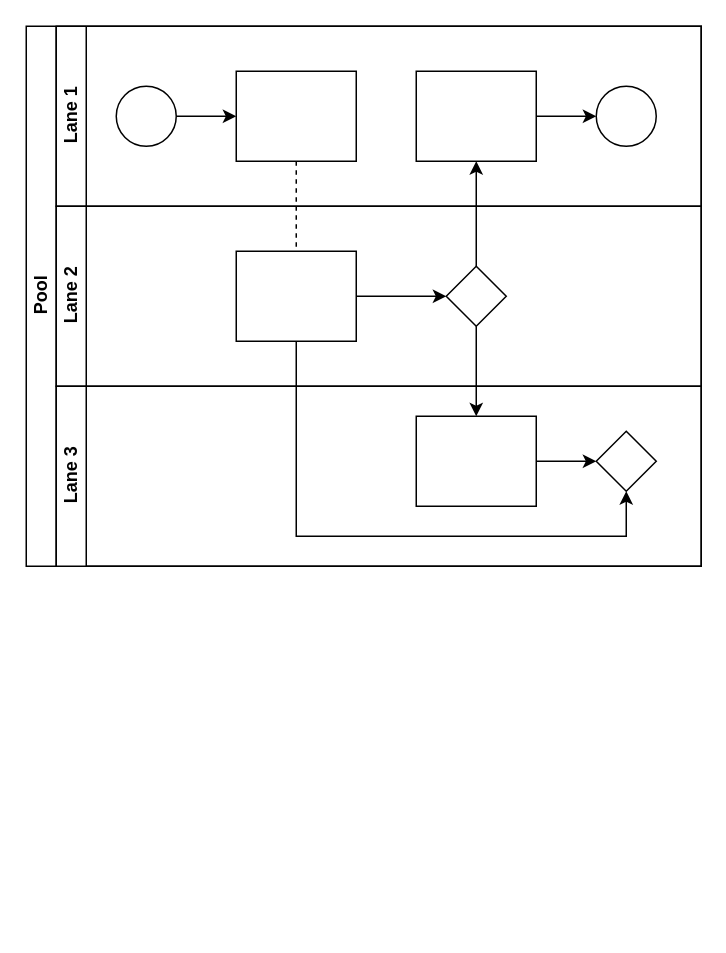
secret-dev87/smart-contract-wallet-4337 keeps this draw.io diagram as dev-docs/4337-product-architecture.drawio. Above is the earlier version. Source tidied: cells renumbered, new cells numbered last; positions are measured from the earlier drawing's top-left corner, leaving out a move shared by most shapes. Both pictures are drawn from the tidied source at 150%, with x=0, y=0 at pixel (26, 26).
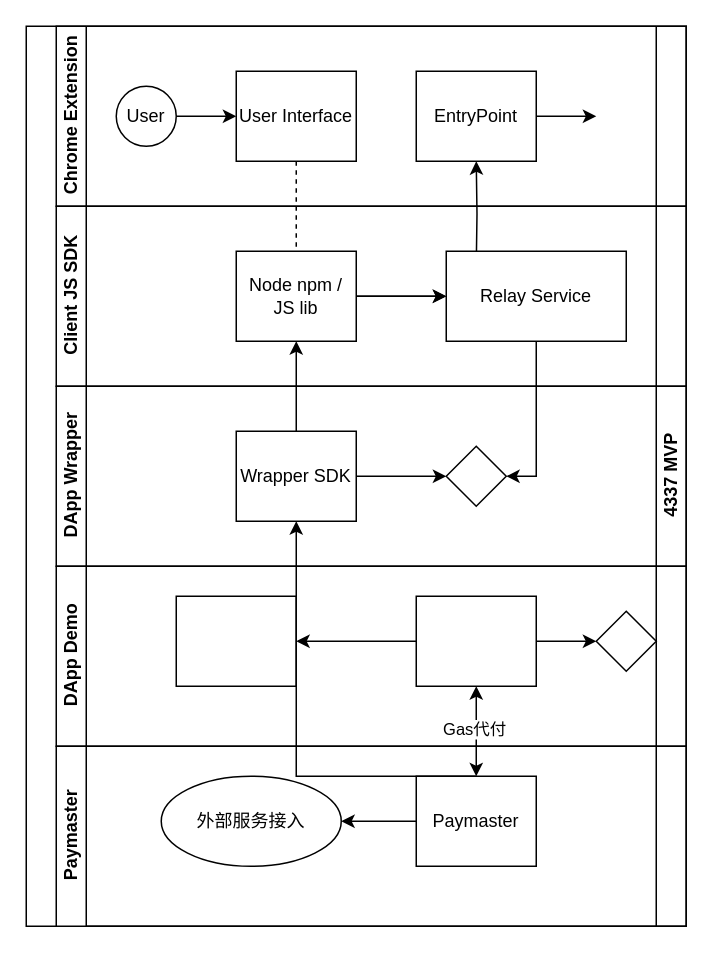
The same diagram, later.

The change refers to these unchanged cells:
```xml
<mxCell id="20" style="rounded=0;whiteSpace=wrap;html=1;fontFamily=Helvetica;fontSize=12;fontColor=#000000;align=center;" parent="18" vertex="1">
  <mxGeometry x="240" y="20" width="80" height="60" as="geometry" />
</mxCell>
<mxCell id="21" style="rhombus;whiteSpace=wrap;html=1;fontFamily=Helvetica;fontSize=12;fontColor=#000000;align=center;" parent="18" vertex="1">
  <mxGeometry x="360" y="30" width="40" height="40" as="geometry" />
</mxCell>
```

What changed in the source:
```diff
@@
-    <mxCell id="2" value="Pool" style="swimlane;html=1;horizontal=0;startSize=20;" parent="1" vertex="1">
-      <mxGeometry width="450" height="360" as="geometry" />
+    <mxCell id="2" value="4337 MVP" style="swimlane;html=1;horizontal=0;startSize=20;direction=west;" parent="1" vertex="1">
+      <mxGeometry width="440" height="600" as="geometry" />
     </mxCell>
@@
-    <mxCell id="4" style="edgeStyle=orthogonalEdgeStyle;rounded=0;jettySize=auto;html=1;endArrow=classic;endFill=1;" parent="2" edge="1" source="17" target="12">
-      <mxGeometry relative="1" as="geometry" />
+    <mxCell id="4" style="edgeStyle=orthogonalEdgeStyle;rounded=0;jettySize=auto;html=1;endArrow=classic;endFill=1;" parent="2" edge="1" target="12">
+      <mxGeometry relative="1" as="geometry">
+        <mxPoint x="300" y="160" as="sourcePoint" />
+      </mxGeometry>
     </mxCell>
-    <mxCell id="5" style="edgeStyle=orthogonalEdgeStyle;rounded=0;jettySize=auto;html=1;endArrow=classic;endFill=1;" parent="2" edge="1" source="17" target="20">
-      <mxGeometry relative="1" as="geometry" />
-    </mxCell>
-    <mxCell id="6" style="edgeStyle=orthogonalEdgeStyle;rounded=0;jettySize=auto;html=1;endArrow=classic;endFill=1;" parent="2" edge="1" source="16" target="21">
-      <mxGeometry relative="1" as="geometry">
-        <Array as="points">
-          <mxPoint x="180" y="340" />
-          <mxPoint x="400" y="340" />
-        </Array>
-      </mxGeometry>
-    </mxCell>
-    <mxCell id="7" value="Lane 1" style="swimlane;html=1;startSize=20;horizontal=0;" parent="2" vertex="1">
-      <mxGeometry x="20" width="430" height="120" as="geometry" />
+    <mxCell id="7" value="Chrome Extension" style="swimlane;html=1;startSize=20;horizontal=0;" parent="2" vertex="1">
+      <mxGeometry x="20" width="420" height="120" as="geometry" />
     </mxCell>
@@
-    <mxCell id="9" style="ellipse;whiteSpace=wrap;html=1;" parent="7" vertex="1">
+    <mxCell id="9" value="User" style="ellipse;whiteSpace=wrap;html=1;" parent="7" vertex="1">
       <mxGeometry x="40" y="40" width="40" height="40" as="geometry" />
     </mxCell>
-    <mxCell id="10" style="rounded=0;whiteSpace=wrap;html=1;fontFamily=Helvetica;fontSize=12;fontColor=#000000;align=center;" parent="7" vertex="1">
+    <mxCell id="10" value="User Interface" style="rounded=0;whiteSpace=wrap;html=1;fontFamily=Helvetica;fontSize=12;fontColor=#000000;align=center;" parent="7" vertex="1">
       <mxGeometry x="120" y="30" width="80" height="60" as="geometry" />
     </mxCell>
-    <mxCell id="11" style="edgeStyle=orthogonalEdgeStyle;rounded=0;jettySize=auto;html=1;endArrow=classic;endFill=1;" parent="7" edge="1" source="12" target="13">
-      <mxGeometry relative="1" as="geometry" />
+    <mxCell id="11" style="edgeStyle=orthogonalEdgeStyle;rounded=0;jettySize=auto;html=1;endArrow=classic;endFill=1;" parent="7" edge="1" source="12">
+      <mxGeometry relative="1" as="geometry">
+        <mxPoint x="360" y="60" as="targetPoint" />
+      </mxGeometry>
     </mxCell>
-    <mxCell id="12" style="rounded=0;whiteSpace=wrap;html=1;fontFamily=Helvetica;fontSize=12;fontColor=#000000;align=center;" parent="7" vertex="1">
+    <mxCell id="12" value="EntryPoint" style="rounded=0;whiteSpace=wrap;html=1;fontFamily=Helvetica;fontSize=12;fontColor=#000000;align=center;" parent="7" vertex="1">
       <mxGeometry x="240" y="30" width="80" height="60" as="geometry" />
     </mxCell>
-    <mxCell id="13" style="ellipse;whiteSpace=wrap;html=1;" parent="7" vertex="1">
-      <mxGeometry x="360" y="40" width="40" height="40" as="geometry" />
-    </mxCell>
-    <mxCell id="14" value="Lane 2" style="swimlane;html=1;startSize=20;horizontal=0;" parent="2" vertex="1">
-      <mxGeometry x="20" y="120" width="430" height="120" as="geometry" />
+    <mxCell id="14" value="Client JS SDK" style="swimlane;html=1;startSize=20;horizontal=0;" parent="2" vertex="1">
+      <mxGeometry x="20" y="120" width="420" height="120" as="geometry" />
     </mxCell>
-    <mxCell id="15" style="edgeStyle=orthogonalEdgeStyle;rounded=0;jettySize=auto;html=1;endArrow=classic;endFill=1;" parent="14" edge="1" source="16" target="17">
-      <mxGeometry relative="1" as="geometry" />
+    <mxCell id="15" style="edgeStyle=orthogonalEdgeStyle;rounded=0;jettySize=auto;html=1;endArrow=classic;endFill=1;" parent="14" edge="1" source="16">
+      <mxGeometry relative="1" as="geometry">
+        <mxPoint x="260" y="60" as="targetPoint" />
+      </mxGeometry>
     </mxCell>
-    <mxCell id="16" style="rounded=0;whiteSpace=wrap;html=1;fontFamily=Helvetica;fontSize=12;fontColor=#000000;align=center;" parent="14" vertex="1">
+    <mxCell id="16" value="Node npm /&lt;br&gt;JS lib" style="rounded=0;whiteSpace=wrap;html=1;fontFamily=Helvetica;fontSize=12;fontColor=#000000;align=center;" parent="14" vertex="1">
       <mxGeometry x="120" y="30" width="80" height="60" as="geometry" />
     </mxCell>
+    <mxCell id="22" value="DApp Wrapper" style="swimlane;html=1;startSize=20;horizontal=0;" parent="2" vertex="1">
+      <mxGeometry x="20" y="240" width="420" height="120" as="geometry" />
+    </mxCell>
+    <mxCell id="23" style="edgeStyle=orthogonalEdgeStyle;rounded=0;jettySize=auto;html=1;endArrow=classic;endFill=1;" parent="22" edge="1" source="24" target="17">
+      <mxGeometry relative="1" as="geometry" />
+    </mxCell>
+    <mxCell id="24" value="Wrapper SDK" style="rounded=0;whiteSpace=wrap;html=1;fontFamily=Helvetica;fontSize=12;fontColor=#000000;align=center;" parent="22" vertex="1">
+      <mxGeometry x="120" y="30" width="80" height="60" as="geometry" />
+    </mxCell>
-    <mxCell id="17" style="rhombus;whiteSpace=wrap;html=1;fontFamily=Helvetica;fontSize=12;fontColor=#000000;align=center;" parent="14" vertex="1">
+    <mxCell id="17" style="rhombus;whiteSpace=wrap;html=1;fontFamily=Helvetica;fontSize=12;fontColor=#000000;align=center;" parent="22" vertex="1">
       <mxGeometry x="260" y="40" width="40" height="40" as="geometry" />
     </mxCell>
-    <mxCell id="18" value="Lane 3" style="swimlane;html=1;startSize=20;horizontal=0;" parent="2" vertex="1">
-      <mxGeometry x="20" y="240" width="430" height="120" as="geometry" />
+    <mxCell id="18" value="DApp Demo" style="swimlane;html=1;startSize=20;horizontal=0;" parent="2" vertex="1">
+      <mxGeometry x="20" y="360" width="420" height="120" as="geometry" />
     </mxCell>
@@
+    <mxCell id="25" style="edgeStyle=orthogonalEdgeStyle;rounded=0;jettySize=auto;html=1;" parent="18" edge="1" source="20" target="26">
+      <mxGeometry relative="1" as="geometry" />
+    </mxCell>
@@
+    <mxCell id="26" style="rounded=0;whiteSpace=wrap;html=1;fontFamily=Helvetica;fontSize=12;fontColor=#000000;align=center;" parent="18" vertex="1">
+      <mxGeometry x="80" y="20" width="80" height="60" as="geometry" />
+    </mxCell>
+    <mxCell id="27" value="Paymaster" style="swimlane;html=1;startSize=20;horizontal=0;" parent="2" vertex="1">
+      <mxGeometry x="20" y="480" width="420" height="120" as="geometry" />
+    </mxCell>
+    <mxCell id="28" value="Paymaster" style="rounded=0;whiteSpace=wrap;html=1;fontFamily=Helvetica;fontSize=12;fontColor=#000000;align=center;" parent="27" vertex="1">
+      <mxGeometry x="240" y="20" width="80" height="60" as="geometry" />
+    </mxCell>
+    <mxCell id="29" value="外部服务接入" style="ellipse;whiteSpace=wrap;html=1;fontColor=#000000;rounded=0;" parent="27" vertex="1">
+      <mxGeometry x="70" y="20" width="120" height="60" as="geometry" />
+    </mxCell>
+    <mxCell id="30" style="edgeStyle=orthogonalEdgeStyle;rounded=0;jettySize=auto;html=1;" parent="27" edge="1" source="28" target="29">
+      <mxGeometry relative="1" as="geometry" />
+    </mxCell>
+    <mxCell id="31" style="endArrow=classic;startArrow=classic;html=1;rounded=0;entryX=0.5;entryY=1;entryDx=0;entryDy=0;" parent="27" edge="1" target="20">
+      <mxGeometry relative="1" as="geometry">
+        <mxPoint x="280" y="20" as="sourcePoint" />
+      </mxGeometry>
+    </mxCell>
+    <mxCell id="32" value="Gas代付" style="edgeLabel;html=1;align=center;verticalAlign=middle;" parent="31" vertex="1">
+      <mxGeometry x="0.07" y="2" relative="1" as="geometry" />
+    </mxCell>
+    <mxCell id="33" style="edgeStyle=orthogonalEdgeStyle;rounded=0;jettySize=auto;html=1;" parent="2" edge="1" source="24" target="16">
+      <mxGeometry relative="1" as="geometry" />
+    </mxCell>
+    <mxCell id="34" style="edgeStyle=orthogonalEdgeStyle;rounded=0;jettySize=auto;html=1;exitX=0.5;exitY=0;exitDx=0;exitDy=0;" parent="1" edge="1" source="28">
+      <mxGeometry relative="1" as="geometry">
+        <mxPoint x="180" y="330" as="targetPoint" />
+        <Array as="points">
+          <mxPoint x="180" y="500" />
+        </Array>
+      </mxGeometry>
+    </mxCell>
+    <mxCell id="35" value="Relay Service" style="whiteSpace=wrap;html=1;fontColor=#000000;rounded=0;" parent="1" vertex="1">
+      <mxGeometry x="280" y="150" width="120" height="60" as="geometry" />
+    </mxCell>
+    <mxCell id="36" style="edgeStyle=orthogonalEdgeStyle;rounded=0;jettySize=auto;html=1;" parent="1" edge="1" source="16" target="35">
+      <mxGeometry relative="1" as="geometry" />
+    </mxCell>
+    <mxCell id="5" style="edgeStyle=orthogonalEdgeStyle;rounded=0;jettySize=auto;html=1;endArrow=classic;endFill=1;exitX=0.5;exitY=1;exitDx=0;exitDy=0;entryX=1;entryY=0.5;entryDx=0;entryDy=0;" parent="1" edge="1" source="35" target="17">
+      <mxGeometry relative="1" as="geometry" />
+    </mxCell>
```
